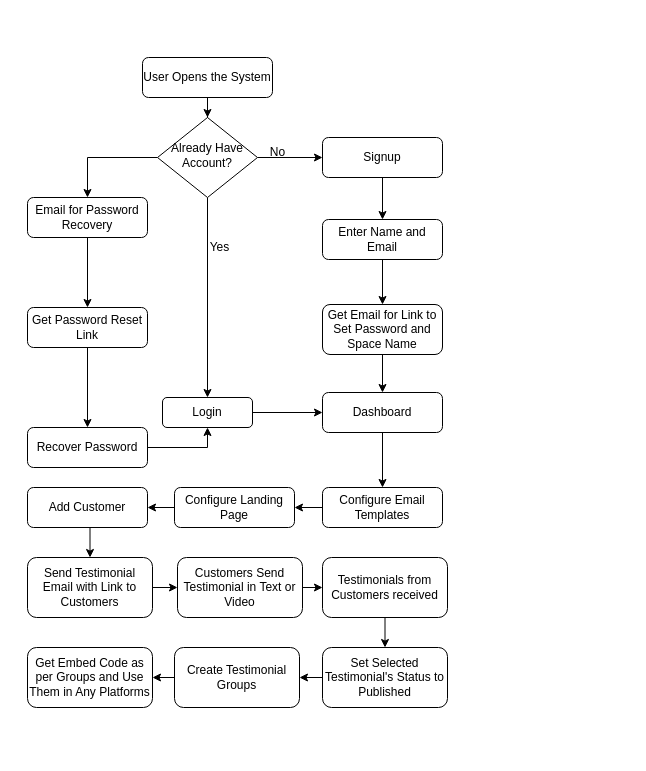
Earlier version of the draw.io diagram Untitled Diagram.drawio (banmala/draw.io). Source tidied: cells renumbered, new cells numbered last; positions are measured from the earlier drawing's top-left corner, leaving out a move shared by most shapes. Both pictures are drawn from the tidied source at 100%, with x=0, y=0 at pixel (27, 57).
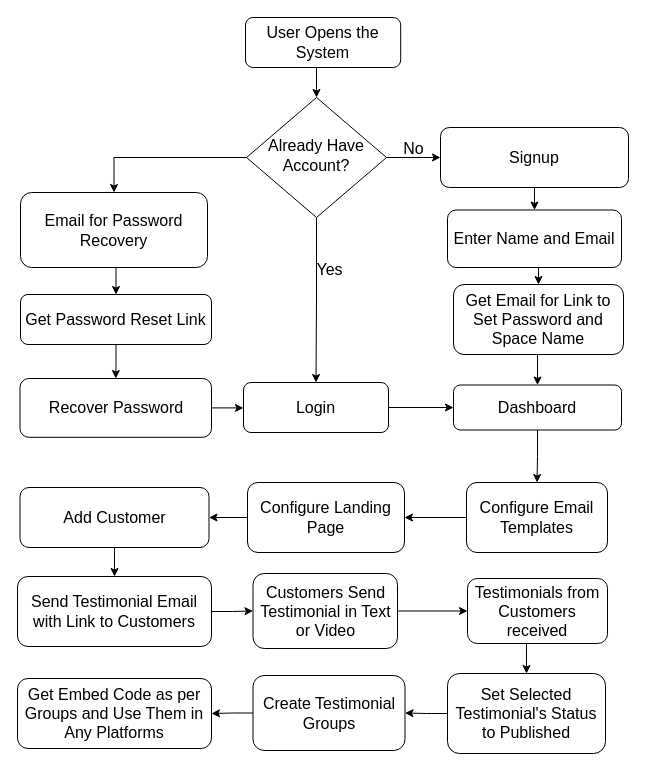
The same page after the edit.

Diff of the diagram source:
```diff
@@
-    <mxCell id="2" style="edgeStyle=orthogonalEdgeStyle;rounded=0;jettySize=auto;html=1;exitX=1;exitY=0.5;exitDx=0;exitDy=0;entryX=0;entryY=0.5;entryDx=0;entryDy=0;" parent="1" edge="1" source="5" target="7">
+    <mxCell id="2" style="edgeStyle=orthogonalEdgeStyle;rounded=0;jettySize=auto;html=1;exitX=1;exitY=0.5;exitDx=0;exitDy=0;entryX=0;entryY=0.5;entryDx=0;entryDy=0;strokeWidth=1;fontSize=16;" parent="1" edge="1" source="5" target="7">
       <mxGeometry relative="1" as="geometry" />
     </mxCell>
-    <mxCell id="3" style="edgeStyle=orthogonalEdgeStyle;rounded=0;jettySize=auto;html=1;entryX=0.5;entryY=0;entryDx=0;entryDy=0;exitX=0.5;exitY=1;exitDx=0;exitDy=0;" parent="1" edge="1" source="5" target="12">
+    <mxCell id="3" style="edgeStyle=orthogonalEdgeStyle;rounded=0;jettySize=auto;html=1;entryX=0.5;entryY=0;entryDx=0;entryDy=0;exitX=0.5;exitY=1;exitDx=0;exitDy=0;strokeWidth=1;fontSize=16;" parent="1" edge="1" source="5" target="12">
       <mxGeometry relative="1" as="geometry" />
     </mxCell>
-    <mxCell id="4" style="edgeStyle=orthogonalEdgeStyle;rounded=0;jettySize=auto;html=1;exitX=0;exitY=0.5;exitDx=0;exitDy=0;entryX=0.5;entryY=0;entryDx=0;entryDy=0;" parent="1" edge="1" source="5" target="15">
+    <mxCell id="4" style="edgeStyle=orthogonalEdgeStyle;rounded=0;jettySize=auto;html=1;exitX=0;exitY=0.5;exitDx=0;exitDy=0;entryX=0.5;entryY=0;entryDx=0;entryDy=0;strokeWidth=1;fontSize=16;" parent="1" edge="1" source="5" target="15">
       <mxGeometry relative="1" as="geometry" />
     </mxCell>
-    <mxCell id="5" value="Already Have Account?" style="rhombus;whiteSpace=wrap;html=1;shadow=0;fontFamily=Helvetica;fontSize=12;align=center;strokeWidth=1;spacing=6;spacingTop=-4;" parent="1" vertex="1">
-      <mxGeometry x="130" y="60" width="100" height="80" as="geometry" />
+    <mxCell id="5" value="Already Have Account?" style="rhombus;whiteSpace=wrap;html=1;shadow=0;fontFamily=Helvetica;fontSize=16;align=center;strokeWidth=1;spacing=6;spacingTop=-4;" parent="1" vertex="1">
+      <mxGeometry x="219" y="40" width="140" height="120" as="geometry" />
     </mxCell>
-    <mxCell id="6" style="edgeStyle=orthogonalEdgeStyle;rounded=0;jettySize=auto;html=1;exitX=0.5;exitY=1;exitDx=0;exitDy=0;entryX=0.5;entryY=0;entryDx=0;entryDy=0;" parent="1" edge="1" source="7" target="23">
+    <mxCell id="6" style="edgeStyle=orthogonalEdgeStyle;rounded=0;jettySize=auto;html=1;exitX=0.5;exitY=1;exitDx=0;exitDy=0;entryX=0.5;entryY=0;entryDx=0;entryDy=0;strokeWidth=1;fontSize=16;" parent="1" edge="1" source="7" target="23">
       <mxGeometry relative="1" as="geometry" />
     </mxCell>
-    <mxCell id="7" value="Signup " style="rounded=1;whiteSpace=wrap;html=1;fontSize=12;glass=0;strokeWidth=1;shadow=0;" parent="1" vertex="1">
-      <mxGeometry x="295" y="80" width="120" height="40" as="geometry" />
+    <mxCell id="7" value="Signup " style="rounded=1;whiteSpace=wrap;html=1;fontSize=16;glass=0;strokeWidth=1;shadow=0;" parent="1" vertex="1">
+      <mxGeometry x="413" y="70" width="188" height="60" as="geometry" />
     </mxCell>
-    <mxCell id="8" style="edgeStyle=orthogonalEdgeStyle;rounded=0;jettySize=auto;html=1;exitX=0.5;exitY=1;exitDx=0;exitDy=0;" parent="1" edge="1" source="9" target="5">
+    <mxCell id="8" style="edgeStyle=orthogonalEdgeStyle;rounded=0;jettySize=auto;html=1;exitX=0.5;exitY=1;exitDx=0;exitDy=0;entryX=0.5;entryY=0;entryDx=0;entryDy=0;strokeWidth=1;fontSize=16;" parent="1" edge="1" source="9" target="5">
       <mxGeometry relative="1" as="geometry" />
     </mxCell>
-    <mxCell id="9" value="User Opens the System" style="rounded=1;whiteSpace=wrap;html=1;fontSize=12;glass=0;strokeWidth=1;shadow=0;" parent="1" vertex="1">
-      <mxGeometry x="115" width="130" height="40" as="geometry" />
+    <mxCell id="9" value="User Opens the System" style="rounded=1;whiteSpace=wrap;html=1;fontSize=16;glass=0;strokeWidth=1;shadow=0;" parent="1" vertex="1">
+      <mxGeometry x="218" y="-40" width="155.2" height="50" as="geometry" />
     </mxCell>
-    <mxCell id="10" value="&lt;div&gt;No&lt;/div&gt;" style="text;html=1;align=center;verticalAlign=middle;strokeColor=none;fillColor=none;" parent="1" vertex="1">
-      <mxGeometry x="230" y="80" width="40" height="30" as="geometry" />
+    <mxCell id="10" value="&lt;div style=&quot;font-size: 16px;&quot;&gt;No&lt;/div&gt;" style="text;html=1;align=center;verticalAlign=middle;strokeColor=none;fillColor=none;strokeWidth=1;fontSize=16;" parent="1" vertex="1">
+      <mxGeometry x="366.1" y="76" width="40" height="30" as="geometry" />
     </mxCell>
-    <mxCell id="11" style="edgeStyle=orthogonalEdgeStyle;rounded=0;jettySize=auto;html=1;exitX=1;exitY=0.5;exitDx=0;exitDy=0;entryX=0;entryY=0.5;entryDx=0;entryDy=0;" parent="1" edge="1" source="12" target="21">
+    <mxCell id="11" style="edgeStyle=orthogonalEdgeStyle;rounded=0;jettySize=auto;html=1;exitX=1;exitY=0.5;exitDx=0;exitDy=0;entryX=0;entryY=0.5;entryDx=0;entryDy=0;strokeWidth=1;fontSize=16;" parent="1" edge="1" source="12" target="21">
       <mxGeometry relative="1" as="geometry" />
     </mxCell>
-    <mxCell id="12" value="Login " style="rounded=1;whiteSpace=wrap;html=1;" parent="1" vertex="1">
-      <mxGeometry x="135" y="340" width="90" height="30" as="geometry" />
+    <mxCell id="12" value="Login " style="rounded=1;whiteSpace=wrap;html=1;strokeWidth=1;fontSize=16;" parent="1" vertex="1">
+      <mxGeometry x="216" y="325" width="145" height="50" as="geometry" />
     </mxCell>
-    <mxCell id="13" value="Yes" style="text;html=1;align=center;verticalAlign=middle;strokeColor=none;fillColor=none;" parent="1" vertex="1">
-      <mxGeometry x="172" y="175" width="40" height="30" as="geometry" />
+    <mxCell id="13" value="Yes" style="text;html=1;align=center;verticalAlign=middle;strokeColor=none;fillColor=none;strokeWidth=1;fontSize=16;" parent="1" vertex="1">
+      <mxGeometry x="276.5" y="197" width="50" height="30" as="geometry" />
     </mxCell>
-    <mxCell id="14" style="edgeStyle=orthogonalEdgeStyle;rounded=0;jettySize=auto;html=1;" parent="1" edge="1" source="15" target="17">
+    <mxCell id="14" style="edgeStyle=orthogonalEdgeStyle;rounded=0;jettySize=auto;html=1;exitX=0.5;exitY=1;exitDx=0;exitDy=0;entryX=0.5;entryY=0;entryDx=0;entryDy=0;strokeWidth=1;fontSize=16;" parent="1" edge="1" source="15" target="17">
       <mxGeometry relative="1" as="geometry" />
     </mxCell>
-    <mxCell id="15" value="Email for Password Recovery" style="rounded=1;whiteSpace=wrap;html=1;fontSize=12;glass=0;strokeWidth=1;shadow=0;" parent="1" vertex="1">
-      <mxGeometry y="140" width="120" height="40" as="geometry" />
+    <mxCell id="15" value="Email for Password Recovery" style="rounded=1;whiteSpace=wrap;html=1;fontSize=16;glass=0;strokeWidth=1;shadow=0;" parent="1" vertex="1">
+      <mxGeometry x="-7" y="135" width="187" height="75" as="geometry" />
     </mxCell>
-    <mxCell id="16" style="edgeStyle=orthogonalEdgeStyle;rounded=0;jettySize=auto;html=1;entryX=0.5;entryY=0;entryDx=0;entryDy=0;" parent="1" edge="1" source="17" target="19">
+    <mxCell id="16" style="edgeStyle=orthogonalEdgeStyle;rounded=0;jettySize=auto;html=1;entryX=0.5;entryY=0;entryDx=0;entryDy=0;strokeWidth=1;fontSize=16;" parent="1" edge="1" source="17" target="19">
       <mxGeometry relative="1" as="geometry" />
     </mxCell>
-    <mxCell id="17" value="Get Password Reset Link" style="rounded=1;whiteSpace=wrap;html=1;fontSize=12;glass=0;strokeWidth=1;shadow=0;" parent="1" vertex="1">
-      <mxGeometry y="250" width="120" height="40" as="geometry" />
+    <mxCell id="17" value="Get Password Reset Link" style="rounded=1;whiteSpace=wrap;html=1;fontSize=16;glass=0;strokeWidth=1;shadow=0;" parent="1" vertex="1">
+      <mxGeometry x="-7" y="237" width="191" height="50" as="geometry" />
     </mxCell>
-    <mxCell id="18" style="edgeStyle=orthogonalEdgeStyle;rounded=0;jettySize=auto;html=1;entryX=0.5;entryY=1;entryDx=0;entryDy=0;" parent="1" edge="1" source="19" target="12">
-      <mxGeometry relative="1" as="geometry">
-        <Array as="points">
-          <mxPoint x="180" y="390" />
-        </Array>
-      </mxGeometry>
+    <mxCell id="18" style="edgeStyle=orthogonalEdgeStyle;rounded=0;jettySize=auto;html=1;exitX=1;exitY=0.5;exitDx=0;exitDy=0;entryX=0;entryY=0.5;entryDx=0;entryDy=0;strokeWidth=1;fontSize=16;" parent="1" edge="1" source="19" target="12">
+      <mxGeometry relative="1" as="geometry" />
     </mxCell>
-    <mxCell id="19" value="Recover Password" style="rounded=1;whiteSpace=wrap;html=1;fontSize=12;glass=0;strokeWidth=1;shadow=0;" parent="1" vertex="1">
-      <mxGeometry y="370" width="120" height="40" as="geometry" />
+    <mxCell id="19" value="Recover Password" style="rounded=1;whiteSpace=wrap;html=1;fontSize=16;glass=0;strokeWidth=1;shadow=0;" parent="1" vertex="1">
+      <mxGeometry x="-7.5" y="321" width="191.5" height="58.8" as="geometry" />
     </mxCell>
-    <mxCell id="20" style="edgeStyle=orthogonalEdgeStyle;rounded=0;jettySize=auto;html=1;exitX=0.5;exitY=1;exitDx=0;exitDy=0;entryX=0.5;entryY=0;entryDx=0;entryDy=0;" parent="1" edge="1" source="21" target="27">
+    <mxCell id="20" style="edgeStyle=orthogonalEdgeStyle;rounded=0;jettySize=auto;html=1;exitX=0.5;exitY=1;exitDx=0;exitDy=0;entryX=0.5;entryY=0;entryDx=0;entryDy=0;strokeWidth=1;fontSize=16;" parent="1" edge="1" source="21" target="27">
       <mxGeometry relative="1" as="geometry" />
     </mxCell>
-    <mxCell id="21" value="Dashboard" style="rounded=1;whiteSpace=wrap;html=1;fontSize=12;glass=0;strokeWidth=1;shadow=0;" parent="1" vertex="1">
-      <mxGeometry x="295" y="335" width="120" height="40" as="geometry" />
+    <mxCell id="21" value="Dashboard" style="rounded=1;whiteSpace=wrap;html=1;fontSize=16;glass=0;strokeWidth=1;shadow=0;" parent="1" vertex="1">
+      <mxGeometry x="426" y="327.5" width="168" height="45" as="geometry" />
     </mxCell>
-    <mxCell id="22" style="edgeStyle=orthogonalEdgeStyle;rounded=0;jettySize=auto;html=1;exitX=0.5;exitY=1;exitDx=0;exitDy=0;entryX=0.5;entryY=0;entryDx=0;entryDy=0;" parent="1" edge="1" source="23" target="25">
+    <mxCell id="22" style="edgeStyle=orthogonalEdgeStyle;rounded=0;jettySize=auto;html=1;exitX=0.5;exitY=1;exitDx=0;exitDy=0;entryX=0.5;entryY=0;entryDx=0;entryDy=0;strokeWidth=1;fontSize=16;" parent="1" edge="1" source="23" target="25">
       <mxGeometry relative="1" as="geometry" />
     </mxCell>
-    <mxCell id="23" value="Enter Name and Email " style="rounded=1;whiteSpace=wrap;html=1;fontSize=12;glass=0;strokeWidth=1;shadow=0;" parent="1" vertex="1">
-      <mxGeometry x="295" y="162" width="120" height="40" as="geometry" />
+    <mxCell id="23" value="Enter Name and Email " style="rounded=1;whiteSpace=wrap;html=1;fontSize=16;glass=0;strokeWidth=1;shadow=0;" parent="1" vertex="1">
+      <mxGeometry x="420" y="152.5" width="174" height="57.5" as="geometry" />
     </mxCell>
-    <mxCell id="24" style="edgeStyle=orthogonalEdgeStyle;rounded=0;jettySize=auto;html=1;exitX=0.5;exitY=1;exitDx=0;exitDy=0;entryX=0.5;entryY=0;entryDx=0;entryDy=0;" parent="1" edge="1" source="25" target="21">
+    <mxCell id="24" style="edgeStyle=orthogonalEdgeStyle;rounded=0;jettySize=auto;html=1;exitX=0.5;exitY=1;exitDx=0;exitDy=0;entryX=0.5;entryY=0;entryDx=0;entryDy=0;strokeWidth=1;fontSize=16;" parent="1" edge="1" source="25" target="21">
       <mxGeometry relative="1" as="geometry" />
     </mxCell>
-    <mxCell id="25" value="Get Email for Link to Set Password and Space Name" style="rounded=1;whiteSpace=wrap;html=1;fontSize=12;glass=0;strokeWidth=1;shadow=0;" parent="1" vertex="1">
-      <mxGeometry x="295" y="247" width="120" height="50" as="geometry" />
+    <mxCell id="25" value="Get Email for Link to Set Password and Space Name" style="rounded=1;whiteSpace=wrap;html=1;fontSize=16;glass=0;strokeWidth=1;shadow=0;" parent="1" vertex="1">
+      <mxGeometry x="426" y="227" width="170" height="70" as="geometry" />
     </mxCell>
-    <mxCell id="26" style="edgeStyle=orthogonalEdgeStyle;rounded=0;jettySize=auto;html=1;exitX=0;exitY=0.5;exitDx=0;exitDy=0;entryX=1;entryY=0.5;entryDx=0;entryDy=0;" parent="1" edge="1" source="27" target="29">
+    <mxCell id="26" style="edgeStyle=orthogonalEdgeStyle;rounded=0;jettySize=auto;html=1;exitX=0;exitY=0.5;exitDx=0;exitDy=0;entryX=1;entryY=0.5;entryDx=0;entryDy=0;strokeWidth=1;fontSize=16;" parent="1" edge="1" source="27" target="29">
       <mxGeometry relative="1" as="geometry" />
     </mxCell>
-    <mxCell id="27" value="Configure Email Templates" style="rounded=1;whiteSpace=wrap;html=1;fontSize=12;glass=0;strokeWidth=1;shadow=0;" parent="1" vertex="1">
-      <mxGeometry x="295" y="430" width="120" height="40" as="geometry" />
+    <mxCell id="27" value="Configure Email Templates" style="rounded=1;whiteSpace=wrap;html=1;fontSize=16;glass=0;strokeWidth=1;shadow=0;" parent="1" vertex="1">
+      <mxGeometry x="439" y="425" width="141" height="70" as="geometry" />
     </mxCell>
-    <mxCell id="28" style="edgeStyle=orthogonalEdgeStyle;rounded=0;jettySize=auto;html=1;exitX=0;exitY=0.5;exitDx=0;exitDy=0;entryX=1;entryY=0.5;entryDx=0;entryDy=0;" parent="1" edge="1" source="29" target="31">
+    <mxCell id="28" style="edgeStyle=orthogonalEdgeStyle;rounded=0;jettySize=auto;html=1;exitX=0;exitY=0.5;exitDx=0;exitDy=0;entryX=1;entryY=0.5;entryDx=0;entryDy=0;strokeWidth=1;fontSize=16;" parent="1" edge="1" source="29" target="31">
       <mxGeometry relative="1" as="geometry" />
     </mxCell>
-    <mxCell id="29" value="Configure Landing Page" style="rounded=1;whiteSpace=wrap;html=1;fontSize=12;glass=0;strokeWidth=1;shadow=0;" parent="1" vertex="1">
-      <mxGeometry x="147" y="430" width="120" height="40" as="geometry" />
+    <mxCell id="29" value="Configure Landing Page" style="rounded=1;whiteSpace=wrap;html=1;fontSize=16;glass=0;strokeWidth=1;shadow=0;" parent="1" vertex="1">
+      <mxGeometry x="220" y="425" width="157" height="70" as="geometry" />
     </mxCell>
-    <mxCell id="30" style="edgeStyle=orthogonalEdgeStyle;rounded=0;jettySize=auto;html=1;exitX=0.5;exitY=1;exitDx=0;exitDy=0;entryX=0.5;entryY=0;entryDx=0;entryDy=0;" parent="1" edge="1" source="31" target="33">
+    <mxCell id="30" style="edgeStyle=orthogonalEdgeStyle;rounded=0;jettySize=auto;html=1;exitX=0.5;exitY=1;exitDx=0;exitDy=0;entryX=0.5;entryY=0;entryDx=0;entryDy=0;strokeWidth=1;fontSize=16;" parent="1" edge="1" source="31" target="33">
       <mxGeometry relative="1" as="geometry" />
     </mxCell>
-    <mxCell id="31" value="Add Customer" style="rounded=1;whiteSpace=wrap;html=1;fontSize=12;glass=0;strokeWidth=1;shadow=0;" parent="1" vertex="1">
-      <mxGeometry y="430" width="120" height="40" as="geometry" />
+    <mxCell id="31" value="Add Customer" style="rounded=1;whiteSpace=wrap;html=1;fontSize=16;glass=0;strokeWidth=1;shadow=0;" parent="1" vertex="1">
+      <mxGeometry x="-7.5" y="430" width="189" height="60" as="geometry" />
     </mxCell>
-    <mxCell id="32" style="edgeStyle=orthogonalEdgeStyle;rounded=0;jettySize=auto;html=1;exitX=1;exitY=0.5;exitDx=0;exitDy=0;entryX=0;entryY=0.5;entryDx=0;entryDy=0;" parent="1" edge="1" source="33" target="35">
+    <mxCell id="32" style="edgeStyle=orthogonalEdgeStyle;rounded=0;jettySize=auto;html=1;exitX=1;exitY=0.5;exitDx=0;exitDy=0;entryX=0;entryY=0.5;entryDx=0;entryDy=0;strokeWidth=1;fontSize=16;" parent="1" edge="1" source="33" target="35">
       <mxGeometry relative="1" as="geometry" />
     </mxCell>
-    <mxCell id="33" value="Send Testimonial Email with Link to Customers" style="rounded=1;whiteSpace=wrap;html=1;fontSize=12;glass=0;strokeWidth=1;shadow=0;" parent="1" vertex="1">
-      <mxGeometry y="500" width="125" height="60" as="geometry" />
+    <mxCell id="33" value="Send Testimonial Email with Link to Customers" style="rounded=1;whiteSpace=wrap;html=1;fontSize=16;glass=0;strokeWidth=1;shadow=0;" parent="1" vertex="1">
+      <mxGeometry x="-10" y="519" width="194" height="70" as="geometry" />
     </mxCell>
-    <mxCell id="34" style="edgeStyle=orthogonalEdgeStyle;rounded=0;jettySize=auto;html=1;exitX=1;exitY=0.5;exitDx=0;exitDy=0;entryX=0;entryY=0.5;entryDx=0;entryDy=0;" parent="1" edge="1" source="35" target="37">
+    <mxCell id="34" style="edgeStyle=orthogonalEdgeStyle;rounded=0;jettySize=auto;html=1;exitX=1;exitY=0.5;exitDx=0;exitDy=0;entryX=0;entryY=0.5;entryDx=0;entryDy=0;strokeWidth=1;fontSize=16;" parent="1" edge="1" source="35" target="37">
       <mxGeometry relative="1" as="geometry" />
     </mxCell>
-    <mxCell id="35" value="Customers Send Testimonial in Text or Video" style="rounded=1;whiteSpace=wrap;html=1;fontSize=12;glass=0;strokeWidth=1;shadow=0;" parent="1" vertex="1">
-      <mxGeometry x="150" y="500" width="125" height="60" as="geometry" />
+    <mxCell id="35" value="Customers Send Testimonial in Text or Video" style="rounded=1;whiteSpace=wrap;html=1;fontSize=16;glass=0;strokeWidth=1;shadow=0;" parent="1" vertex="1">
+      <mxGeometry x="225.5" y="516" width="144.5" height="75" as="geometry" />
     </mxCell>
-    <mxCell id="36" style="edgeStyle=orthogonalEdgeStyle;rounded=0;jettySize=auto;html=1;exitX=0.5;exitY=1;exitDx=0;exitDy=0;entryX=0.5;entryY=0;entryDx=0;entryDy=0;" parent="1" edge="1" source="37" target="39">
+    <mxCell id="36" style="edgeStyle=orthogonalEdgeStyle;rounded=0;jettySize=auto;html=1;exitX=0.5;exitY=1;exitDx=0;exitDy=0;entryX=0.5;entryY=0;entryDx=0;entryDy=0;strokeWidth=1;fontSize=16;" parent="1" edge="1" source="37" target="39">
       <mxGeometry relative="1" as="geometry" />
     </mxCell>
-    <mxCell id="37" value="Testimonials from Customers received" style="rounded=1;whiteSpace=wrap;html=1;fontSize=12;glass=0;strokeWidth=1;shadow=0;" parent="1" vertex="1">
-      <mxGeometry x="295" y="500" width="125" height="60" as="geometry" />
+    <mxCell id="37" value="Testimonials from Customers received" style="rounded=1;whiteSpace=wrap;html=1;fontSize=16;glass=0;strokeWidth=1;shadow=0;" parent="1" vertex="1">
+      <mxGeometry x="440" y="521" width="140" height="65" as="geometry" />
     </mxCell>
-    <mxCell id="38" style="edgeStyle=orthogonalEdgeStyle;rounded=0;jettySize=auto;html=1;exitX=0;exitY=0.5;exitDx=0;exitDy=0;entryX=1;entryY=0.5;entryDx=0;entryDy=0;" parent="1" edge="1" source="39" target="41">
+    <mxCell id="38" style="edgeStyle=orthogonalEdgeStyle;rounded=0;jettySize=auto;html=1;exitX=0;exitY=0.5;exitDx=0;exitDy=0;entryX=1;entryY=0.5;entryDx=0;entryDy=0;strokeWidth=1;fontSize=16;" parent="1" edge="1" source="39" target="41">
       <mxGeometry relative="1" as="geometry" />
     </mxCell>
-    <mxCell id="39" value="Set Selected Testimonial's Status to Published" style="rounded=1;whiteSpace=wrap;html=1;fontSize=12;glass=0;strokeWidth=1;shadow=0;" parent="1" vertex="1">
-      <mxGeometry x="295" y="590" width="125" height="60" as="geometry" />
+    <mxCell id="39" value="Set Selected Testimonial's Status to Published" style="rounded=1;whiteSpace=wrap;html=1;fontSize=16;glass=0;strokeWidth=1;shadow=0;" parent="1" vertex="1">
+      <mxGeometry x="420" y="616" width="158" height="80" as="geometry" />
     </mxCell>
-    <mxCell id="40" style="edgeStyle=orthogonalEdgeStyle;rounded=0;jettySize=auto;html=1;exitX=0;exitY=0.5;exitDx=0;exitDy=0;entryX=1;entryY=0.5;entryDx=0;entryDy=0;" parent="1" edge="1" source="41" target="42">
+    <mxCell id="40" style="edgeStyle=orthogonalEdgeStyle;rounded=0;jettySize=auto;html=1;exitX=0;exitY=0.5;exitDx=0;exitDy=0;entryX=1;entryY=0.5;entryDx=0;entryDy=0;strokeWidth=1;fontSize=16;" parent="1" edge="1" source="41" target="42">
       <mxGeometry relative="1" as="geometry" />
     </mxCell>
-    <mxCell id="41" value="Create Testimonial Groups" style="rounded=1;whiteSpace=wrap;html=1;fontSize=12;glass=0;strokeWidth=1;shadow=0;" parent="1" vertex="1">
-      <mxGeometry x="147" y="590" width="125" height="60" as="geometry" />
+    <mxCell id="41" value="Create Testimonial Groups" style="rounded=1;whiteSpace=wrap;html=1;fontSize=16;glass=0;strokeWidth=1;shadow=0;" parent="1" vertex="1">
+      <mxGeometry x="225.5" y="618" width="152" height="75" as="geometry" />
     </mxCell>
-    <mxCell id="42" value="Get Embed Code as per Groups and Use Them in Any Platforms" style="rounded=1;whiteSpace=wrap;html=1;fontSize=12;glass=0;strokeWidth=1;shadow=0;" parent="1" vertex="1">
-      <mxGeometry y="590" width="125" height="60" as="geometry" />
+    <mxCell id="42" value="Get Embed Code as per Groups and Use Them in Any Platforms" style="rounded=1;whiteSpace=wrap;html=1;fontSize=16;glass=0;strokeWidth=1;shadow=0;" parent="1" vertex="1">
+      <mxGeometry x="-10" y="621" width="194" height="70" as="geometry" />
     </mxCell>
```
